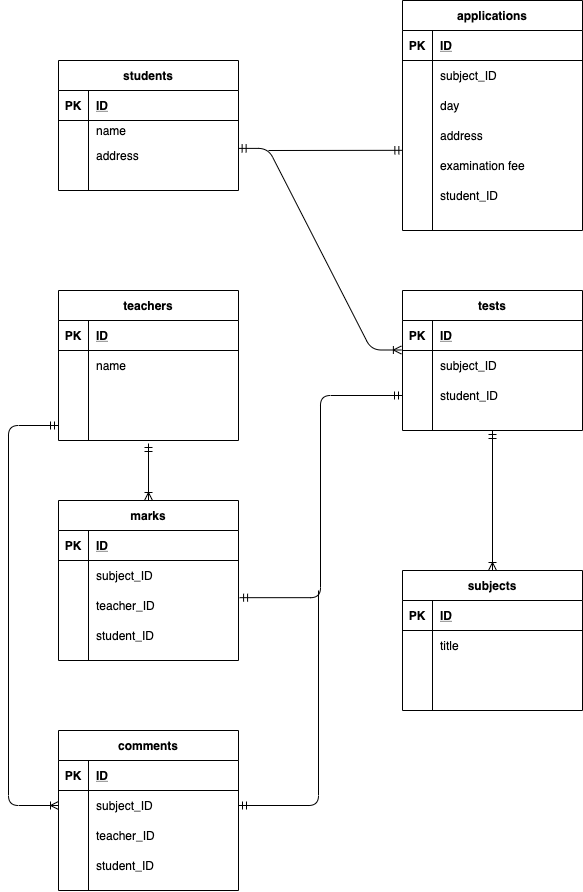
Earlier version of the draw.io export index.drawio.png (reoshi28/coachtech11). Source tidied: cells renumbered, new cells last; positions are measured from the earlier drawing's top-left corner, leaving out a move shared by most shapes.
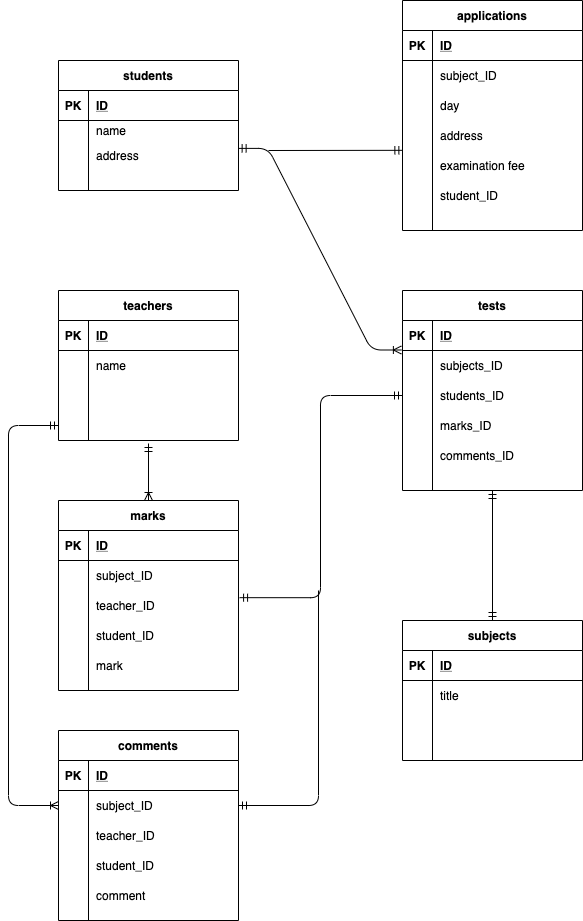
After the commit.

What changed in the source:
```diff
@@ -143,7 +143,7 @@
       <mxGeometry x="30" width="150" height="30" as="geometry" />
     </mxCell>
     <mxCell id="48" value="tests" style="shape=table;startSize=30;rowLines=0;fontStyle=1;align=center;" parent="1" vertex="1">
-      <mxGeometry x="394" y="290" width="180" height="140" as="geometry" />
+      <mxGeometry x="394" y="290" width="180" height="200" as="geometry" />
     </mxCell>
     <mxCell id="49" style="shape=partialRectangle;fillColor=none;top=0;left=0;bottom=1;right=0;" parent="48" vertex="1">
       <mxGeometry y="30" width="180" height="30" as="geometry" />
@@ -160,7 +160,7 @@
     <mxCell id="53" style="shape=partialRectangle;fillColor=none;top=0;left=0;bottom=0;right=0;overflow=hidden;" parent="52" vertex="1">
       <mxGeometry width="30" height="30" as="geometry" />
     </mxCell>
-    <mxCell id="54" value="subject_ID" style="shape=partialRectangle;fillColor=none;top=0;left=0;bottom=0;right=0;align=left;spacingLeft=6;overflow=hidden;" parent="52" vertex="1">
+    <mxCell id="54" value="subjects_ID" style="shape=partialRectangle;fillColor=none;top=0;left=0;bottom=0;right=0;align=left;spacingLeft=6;overflow=hidden;" parent="52" vertex="1">
       <mxGeometry x="30" width="150" height="30" as="geometry" />
     </mxCell>
     <mxCell id="55" style="shape=partialRectangle;fillColor=none;top=0;left=0;bottom=0;right=0;points=[[0,0.5],[1,0.5]];portConstraint=eastwest;" parent="48" vertex="1">
@@ -169,11 +169,29 @@
     <mxCell id="56" style="shape=partialRectangle;fillColor=none;top=0;left=0;bottom=0;right=0;overflow=hidden;" parent="55" vertex="1">
       <mxGeometry width="30" height="30" as="geometry" />
     </mxCell>
-    <mxCell id="57" value="student_ID" style="shape=partialRectangle;fillColor=none;top=0;left=0;bottom=0;right=0;align=left;spacingLeft=6;overflow=hidden;" parent="55" vertex="1">
+    <mxCell id="57" value="students_ID" style="shape=partialRectangle;fillColor=none;top=0;left=0;bottom=0;right=0;align=left;spacingLeft=6;overflow=hidden;" parent="55" vertex="1">
       <mxGeometry x="30" width="150" height="30" as="geometry" />
     </mxCell>
+    <mxCell id="97" style="shape=partialRectangle;fillColor=none;top=0;left=0;bottom=0;right=0;" parent="48" vertex="1">
+      <mxGeometry y="120" width="180" height="30" as="geometry" />
+    </mxCell>
+    <mxCell id="98" style="shape=partialRectangle;fillColor=none;top=0;left=0;bottom=0;right=0;overflow=hidden;" parent="97" vertex="1">
+      <mxGeometry width="30" height="30" as="geometry" />
+    </mxCell>
+    <mxCell id="99" value="marks_ID" style="shape=partialRectangle;fillColor=none;top=0;left=0;bottom=0;right=0;align=left;spacingLeft=6;overflow=hidden;" parent="97" vertex="1">
+      <mxGeometry x="30" width="150" height="30" as="geometry" />
+    </mxCell>
+    <mxCell id="100" style="shape=partialRectangle;fillColor=none;top=0;left=0;bottom=0;right=0;" parent="48" vertex="1">
+      <mxGeometry y="150" width="180" height="30" as="geometry" />
+    </mxCell>
+    <mxCell id="101" style="shape=partialRectangle;fillColor=none;top=0;left=0;bottom=0;right=0;overflow=hidden;" parent="100" vertex="1">
+      <mxGeometry width="30" height="30" as="geometry" />
+    </mxCell>
+    <mxCell id="102" value="comments_ID" style="shape=partialRectangle;fillColor=none;top=0;left=0;bottom=0;right=0;align=left;spacingLeft=6;overflow=hidden;" parent="100" vertex="1">
+      <mxGeometry x="30" width="150" height="30" as="geometry" />
+    </mxCell>
     <mxCell id="58" value="subjects" style="shape=table;startSize=30;rowLines=0;fontStyle=1;align=center;" parent="1" vertex="1">
-      <mxGeometry x="394" y="570" width="180" height="140" as="geometry" />
+      <mxGeometry x="394" y="620" width="180" height="140" as="geometry" />
     </mxCell>
     <mxCell id="59" style="shape=partialRectangle;fillColor=none;top=0;left=0;bottom=1;right=0;" parent="58" vertex="1">
       <mxGeometry y="30" width="180" height="30" as="geometry" />
@@ -200,7 +218,7 @@
       </mxGeometry>
     </mxCell>
     <mxCell id="66" value="marks" style="shape=table;startSize=30;rowLines=0;fontStyle=1;align=center;" parent="1" vertex="1">
-      <mxGeometry x="50" y="500" width="180" height="160" as="geometry" />
+      <mxGeometry x="50" y="500" width="180" height="190" as="geometry" />
     </mxCell>
     <mxCell id="67" style="shape=partialRectangle;fillColor=none;top=0;left=0;bottom=1;right=0;" parent="66" vertex="1">
       <mxGeometry y="30" width="180" height="30" as="geometry" />
@@ -238,8 +256,17 @@
     <mxCell id="78" value="student_ID" style="shape=partialRectangle;fillColor=none;top=0;left=0;bottom=0;right=0;align=left;spacingLeft=6;overflow=hidden;" parent="76" vertex="1">
       <mxGeometry x="30" width="150" height="30" as="geometry" />
     </mxCell>
+    <mxCell id="103" style="shape=partialRectangle;fillColor=none;top=0;left=0;bottom=0;right=0;" parent="66" vertex="1">
+      <mxGeometry y="150" width="180" height="30" as="geometry" />
+    </mxCell>
+    <mxCell id="104" style="shape=partialRectangle;fillColor=none;top=0;left=0;bottom=0;right=0;overflow=hidden;" parent="103" vertex="1">
+      <mxGeometry width="30" height="30" as="geometry" />
+    </mxCell>
+    <mxCell id="105" value="mark" style="shape=partialRectangle;fillColor=none;top=0;left=0;bottom=0;right=0;align=left;spacingLeft=6;overflow=hidden;" parent="103" vertex="1">
+      <mxGeometry x="30" width="150" height="30" as="geometry" />
+    </mxCell>
     <mxCell id="79" value="comments" style="shape=table;startSize=30;rowLines=0;fontStyle=1;align=center;" parent="1" vertex="1">
-      <mxGeometry x="50" y="730" width="180" height="160" as="geometry" />
+      <mxGeometry x="50" y="730" width="180" height="190" as="geometry" />
     </mxCell>
     <mxCell id="80" style="shape=partialRectangle;fillColor=none;top=0;left=0;bottom=1;right=0;" parent="79" vertex="1">
       <mxGeometry y="30" width="180" height="30" as="geometry" />
@@ -277,6 +304,15 @@
     <mxCell id="91" value="student_ID" style="shape=partialRectangle;fillColor=none;top=0;left=0;bottom=0;right=0;align=left;spacingLeft=6;overflow=hidden;" parent="89" vertex="1">
       <mxGeometry x="30" width="150" height="30" as="geometry" />
     </mxCell>
+    <mxCell id="106" style="shape=partialRectangle;fillColor=none;top=0;left=0;bottom=0;right=0;" parent="79" vertex="1">
+      <mxGeometry y="150" width="180" height="30" as="geometry" />
+    </mxCell>
+    <mxCell id="107" style="shape=partialRectangle;fillColor=none;top=0;left=0;bottom=0;right=0;overflow=hidden;" parent="106" vertex="1">
+      <mxGeometry width="30" height="30" as="geometry" />
+    </mxCell>
+    <mxCell id="108" value="comment" style="shape=partialRectangle;fillColor=none;top=0;left=0;bottom=0;right=0;align=left;spacingLeft=6;overflow=hidden;" parent="106" vertex="1">
+      <mxGeometry x="30" width="150" height="30" as="geometry" />
+    </mxCell>
     <mxCell id="92" style="fontSize=12;html=1;endArrow=ERoneToMany;startArrow=ERmandOne;entryX=0.5;entryY=0;entryDx=0;entryDy=0;" parent="1" edge="1" target="66">
       <mxGeometry relative="1" as="geometry">
         <mxPoint x="140" y="443" as="sourcePoint" />
@@ -301,7 +337,7 @@
         </Array>
       </mxGeometry>
     </mxCell>
-    <mxCell id="96" style="fontSize=12;html=1;endArrow=ERoneToMany;startArrow=ERmandOne;exitX=0.5;exitY=1;exitDx=0;exitDy=0;entryX=0.5;entryY=0;entryDx=0;entryDy=0;" parent="1" edge="1" source="48" target="58">
+    <mxCell id="96" style="fontSize=12;html=1;endArrow=ERmandOne;startArrow=ERmandOne;entryX=0.5;entryY=0;entryDx=0;entryDy=0;startFill=0;endFill=0;exitX=0.5;exitY=1;exitDx=0;exitDy=0;" parent="1" edge="1" source="48" target="58">
       <mxGeometry relative="1" as="geometry" />
     </mxCell>
   </root>
```
